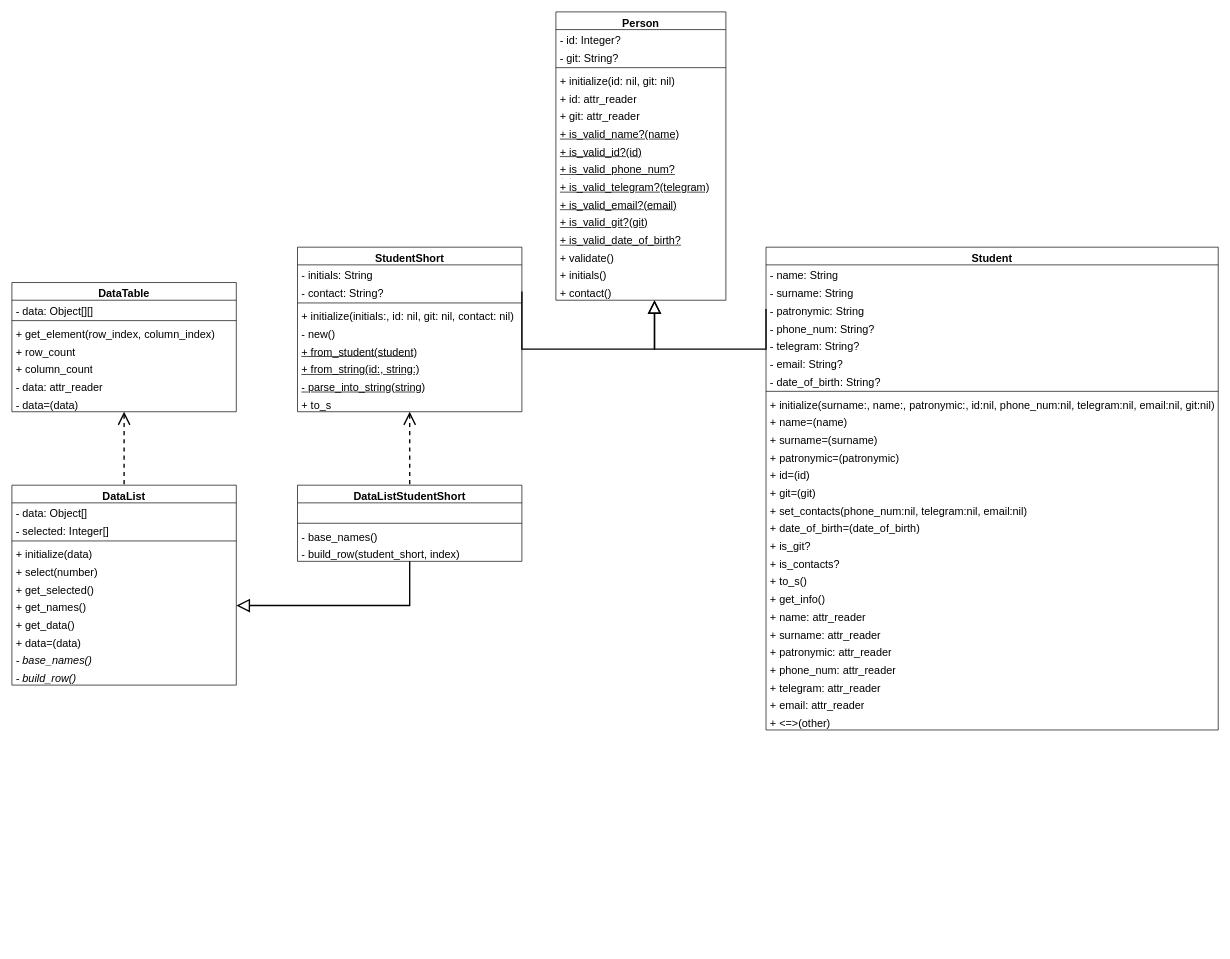
Before: Class Student/Media/Диаграмма классов.drawio in eatdetey/designPatterns, a draw.io diagram. Source tidied: cells renumbered, new cells numbered last; positions are measured from the earlier drawing's top-left corner, leaving out a move shared by most shapes. Both pictures are drawn from the tidied source at 68%, with x=0, y=0 at pixel (12, 12).
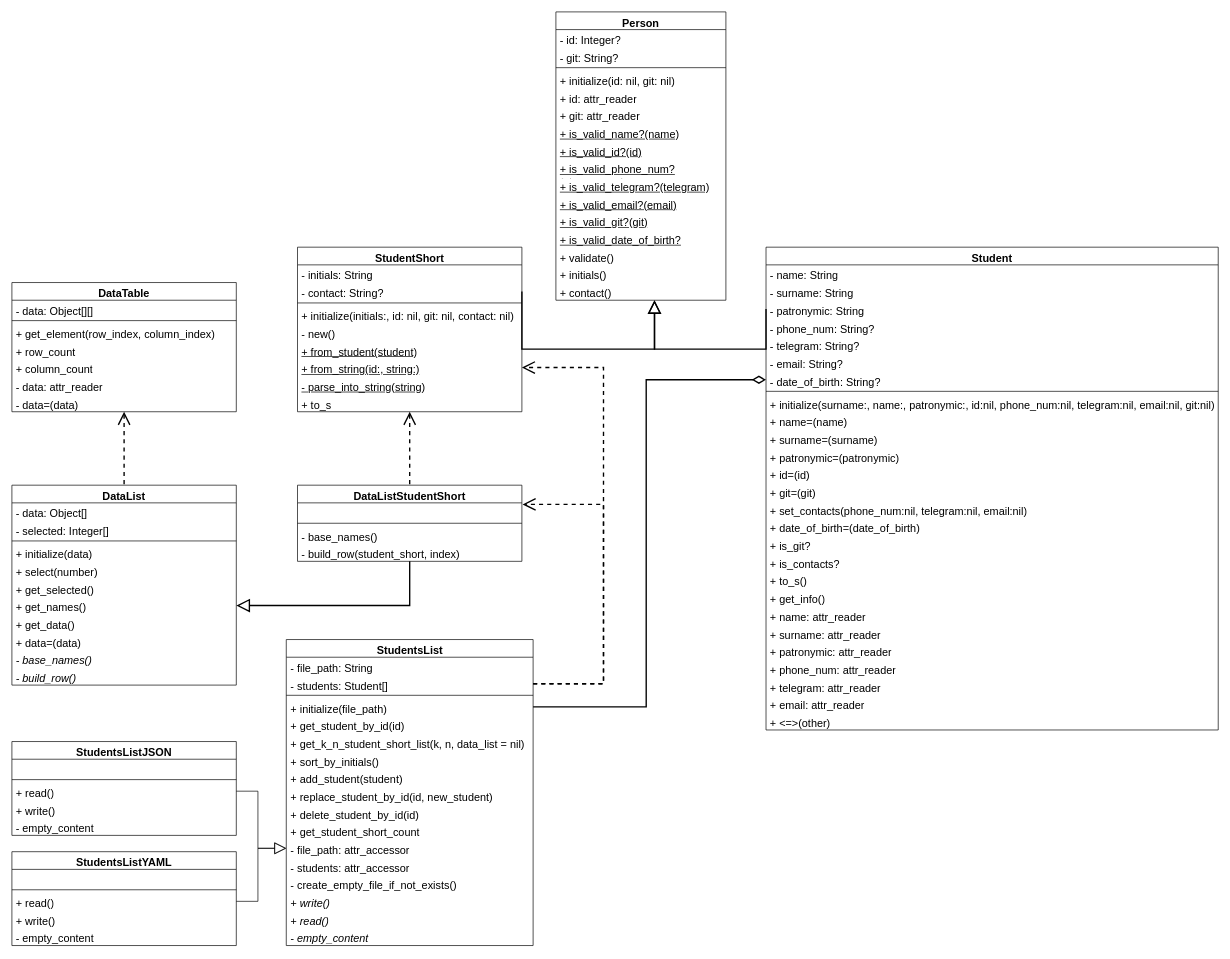
After the change.

The change refers to these unchanged cells:
```xml
<mxCell id="29" value="&lt;u&gt;+ from_string(id:, string:)&lt;/u&gt;" style="text;strokeColor=none;fillColor=none;align=left;verticalAlign=top;spacingLeft=4;spacingRight=4;overflow=hidden;points=[[0,0.5],[1,0.5]];portConstraint=eastwest;whiteSpace=wrap;html=1;fontSize=16;" parent="22" vertex="1">
  <mxGeometry y="164" width="330" height="26" as="geometry" />
</mxCell>
<mxCell id="39" value="- date_of_birth: String?" style="text;strokeColor=none;fillColor=none;align=left;verticalAlign=top;spacingLeft=4;spacingRight=4;overflow=hidden;points=[[0,0.5],[1,0.5]];portConstraint=eastwest;whiteSpace=wrap;html=1;fontSize=16;" parent="32" vertex="1">
  <mxGeometry y="182" width="665" height="26" as="geometry" />
</mxCell>
<mxCell id="62" value="&lt;div&gt;&lt;br&gt;&lt;/div&gt;&lt;div&gt;&lt;br&gt;&lt;/div&gt;" style="text;strokeColor=none;fillColor=none;align=left;verticalAlign=top;spacingLeft=4;spacingRight=4;overflow=hidden;points=[[0,0.5],[1,0.5]];portConstraint=eastwest;whiteSpace=wrap;html=1;fontSize=16;" parent="61" vertex="1">
  <mxGeometry y="26" width="330" height="26" as="geometry" />
</mxCell>
```

What changed in the source:
```diff
@@
+    <mxCell id="87" value="StudentsList" style="swimlane;fontStyle=1;align=center;verticalAlign=top;horizontal=1;startSize=26;whiteSpace=wrap;html=1;fontSize=16;" parent="1" vertex="1">
+      <mxGeometry x="403.5" y="923" width="363" height="450" as="geometry" />
+    </mxCell>
+    <mxCell id="88" value="- file_path: String" style="text;strokeColor=none;fillColor=none;align=left;verticalAlign=top;spacingLeft=4;spacingRight=4;overflow=hidden;whiteSpace=wrap;html=1;fontSize=16;" parent="87" vertex="1">
+      <mxGeometry y="26" width="363" height="26" as="geometry" />
+    </mxCell>
+    <mxCell id="89" value="- students: Student[]" style="text;strokeColor=none;fillColor=none;align=left;verticalAlign=top;spacingLeft=4;spacingRight=4;overflow=hidden;points=[[0,0.5],[1,0.5]];portConstraint=eastwest;whiteSpace=wrap;html=1;fontSize=16;" parent="87" vertex="1">
+      <mxGeometry y="52" width="363" height="26" as="geometry" />
+    </mxCell>
+    <mxCell id="90" style="line;strokeWidth=1;fillColor=none;align=left;verticalAlign=middle;spacingTop=-1;spacingLeft=3;spacingRight=3;labelPosition=right;strokeColor=inherit;" parent="87" vertex="1">
+      <mxGeometry y="78" width="363" height="8" as="geometry" />
+    </mxCell>
+    <mxCell id="91" value="+ initialize(file_path)" style="text;strokeColor=none;fillColor=none;align=left;verticalAlign=top;spacingLeft=4;spacingRight=4;overflow=hidden;points=[[0,0.5],[1,0.5]];portConstraint=eastwest;whiteSpace=wrap;html=1;fontSize=16;" parent="87" vertex="1">
+      <mxGeometry y="86" width="363" height="26" as="geometry" />
+    </mxCell>
+    <mxCell id="92" value="+ get_student_by_id(id)" style="text;strokeColor=none;fillColor=none;align=left;verticalAlign=top;spacingLeft=4;spacingRight=4;overflow=hidden;whiteSpace=wrap;html=1;fontSize=16;" parent="87" vertex="1">
+      <mxGeometry y="112" width="363" height="26" as="geometry" />
+    </mxCell>
+    <mxCell id="93" value="+ get_k_n_student_short_list(k, n, data_list = nil)" style="text;strokeColor=none;fillColor=none;align=left;verticalAlign=top;spacingLeft=4;spacingRight=4;overflow=hidden;whiteSpace=wrap;html=1;fontSize=16;" parent="87" vertex="1">
+      <mxGeometry y="138" width="363" height="26" as="geometry" />
+    </mxCell>
+    <mxCell id="94" value="+ sort_by_initials()" style="text;strokeColor=none;fillColor=none;align=left;verticalAlign=top;spacingLeft=4;spacingRight=4;overflow=hidden;whiteSpace=wrap;html=1;fontSize=16;" parent="87" vertex="1">
+      <mxGeometry y="164" width="363" height="26" as="geometry" />
+    </mxCell>
+    <mxCell id="95" value="+ add_student(student)" style="text;strokeColor=none;fillColor=none;align=left;verticalAlign=top;spacingLeft=4;spacingRight=4;overflow=hidden;whiteSpace=wrap;html=1;fontSize=16;" parent="87" vertex="1">
+      <mxGeometry y="190" width="363" height="26" as="geometry" />
+    </mxCell>
+    <mxCell id="96" value="+ replace_student_by_id(id, new_student)" style="text;strokeColor=none;fillColor=none;align=left;verticalAlign=top;spacingLeft=4;spacingRight=4;overflow=hidden;whiteSpace=wrap;html=1;fontSize=16;" parent="87" vertex="1">
+      <mxGeometry y="216" width="363" height="26" as="geometry" />
+    </mxCell>
+    <mxCell id="97" value="+ delete_student_by_id(id)" style="text;strokeColor=none;fillColor=none;align=left;verticalAlign=top;spacingLeft=4;spacingRight=4;overflow=hidden;whiteSpace=wrap;html=1;fontSize=16;" parent="87" vertex="1">
+      <mxGeometry y="242" width="363" height="26" as="geometry" />
+    </mxCell>
+    <mxCell id="98" value="+ get_student_short_count" style="text;strokeColor=none;fillColor=none;align=left;verticalAlign=top;spacingLeft=4;spacingRight=4;overflow=hidden;whiteSpace=wrap;html=1;fontSize=16;" parent="87" vertex="1">
+      <mxGeometry y="268" width="363" height="26" as="geometry" />
+    </mxCell>
+    <mxCell id="99" value="- file_path: attr_accessor" style="text;strokeColor=none;fillColor=none;align=left;verticalAlign=top;spacingLeft=4;spacingRight=4;overflow=hidden;points=[[0,0.5],[1,0.5]];portConstraint=eastwest;whiteSpace=wrap;html=1;fontSize=16;" parent="87" vertex="1">
+      <mxGeometry y="294" width="363" height="26" as="geometry" />
+    </mxCell>
+    <mxCell id="100" value="- students: attr_accessor" style="text;strokeColor=none;fillColor=none;align=left;verticalAlign=top;spacingLeft=4;spacingRight=4;overflow=hidden;whiteSpace=wrap;html=1;fontSize=16;" parent="87" vertex="1">
+      <mxGeometry y="320" width="363" height="26" as="geometry" />
+    </mxCell>
+    <mxCell id="101" value="- create_empty_file_if_not_exists()" style="text;strokeColor=none;fillColor=none;align=left;verticalAlign=top;spacingLeft=4;spacingRight=4;overflow=hidden;whiteSpace=wrap;html=1;fontSize=16;" parent="87" vertex="1">
+      <mxGeometry y="346" width="363" height="26" as="geometry" />
+    </mxCell>
+    <mxCell id="102" value="&lt;i&gt;+ write()&lt;/i&gt;" style="text;strokeColor=none;fillColor=none;align=left;verticalAlign=top;spacingLeft=4;spacingRight=4;overflow=hidden;whiteSpace=wrap;html=1;fontSize=16;" parent="87" vertex="1">
+      <mxGeometry y="372" width="363" height="26" as="geometry" />
+    </mxCell>
+    <mxCell id="103" value="&lt;i&gt;+ read()&lt;/i&gt;" style="text;strokeColor=none;fillColor=none;align=left;verticalAlign=top;spacingLeft=4;spacingRight=4;overflow=hidden;whiteSpace=wrap;html=1;fontSize=16;" parent="87" vertex="1">
+      <mxGeometry y="398" width="363" height="26" as="geometry" />
+    </mxCell>
+    <mxCell id="104" value="&lt;i&gt;- empty_content&lt;/i&gt;" style="text;strokeColor=none;fillColor=none;align=left;verticalAlign=top;spacingLeft=4;spacingRight=4;overflow=hidden;whiteSpace=wrap;html=1;fontSize=16;" parent="87" vertex="1">
+      <mxGeometry y="424" width="363" height="26" as="geometry" />
+    </mxCell>
+    <mxCell id="105" value="StudentsListJSON" style="swimlane;fontStyle=1;align=center;verticalAlign=top;horizontal=1;startSize=26;whiteSpace=wrap;html=1;fontSize=16;" parent="1" vertex="1">
+      <mxGeometry y="1073" width="330" height="138" as="geometry" />
+    </mxCell>
+    <mxCell id="106" value="&lt;div&gt;&lt;br&gt;&lt;/div&gt;&lt;div&gt;&lt;br&gt;&lt;/div&gt;" style="text;strokeColor=none;fillColor=none;align=left;verticalAlign=top;spacingLeft=4;spacingRight=4;overflow=hidden;whiteSpace=wrap;html=1;fontSize=16;" parent="105" vertex="1">
+      <mxGeometry y="26" width="330" height="26" as="geometry" />
+    </mxCell>
+    <mxCell id="107" style="line;strokeWidth=1;fillColor=none;align=left;verticalAlign=middle;spacingTop=-1;spacingLeft=3;spacingRight=3;labelPosition=right;strokeColor=inherit;" parent="105" vertex="1">
+      <mxGeometry y="52" width="330" height="8" as="geometry" />
+    </mxCell>
+    <mxCell id="108" value="+ read()" style="text;strokeColor=none;fillColor=none;align=left;verticalAlign=top;spacingLeft=4;spacingRight=4;overflow=hidden;points=[[0,0.5],[1,0.5]];portConstraint=eastwest;whiteSpace=wrap;html=1;fontSize=16;" parent="105" vertex="1">
+      <mxGeometry y="60" width="330" height="26" as="geometry" />
+    </mxCell>
+    <mxCell id="109" value="+ write()" style="text;strokeColor=none;fillColor=none;align=left;verticalAlign=top;spacingLeft=4;spacingRight=4;overflow=hidden;whiteSpace=wrap;html=1;fontSize=16;" parent="105" vertex="1">
+      <mxGeometry y="86" width="330" height="26" as="geometry" />
+    </mxCell>
+    <mxCell id="110" value="- empty_content" style="text;strokeColor=none;fillColor=none;align=left;verticalAlign=top;spacingLeft=4;spacingRight=4;overflow=hidden;whiteSpace=wrap;html=1;fontSize=16;" parent="105" vertex="1">
+      <mxGeometry y="112" width="330" height="26" as="geometry" />
+    </mxCell>
+    <mxCell id="111" value="StudentsListYAML" style="swimlane;fontStyle=1;align=center;verticalAlign=top;horizontal=1;startSize=26;whiteSpace=wrap;html=1;fontSize=16;" parent="1" vertex="1">
+      <mxGeometry y="1235" width="330" height="138" as="geometry" />
+    </mxCell>
+    <mxCell id="112" value="&lt;div&gt;&lt;br&gt;&lt;/div&gt;&lt;div&gt;&lt;br&gt;&lt;/div&gt;" style="text;strokeColor=none;fillColor=none;align=left;verticalAlign=top;spacingLeft=4;spacingRight=4;overflow=hidden;whiteSpace=wrap;html=1;fontSize=16;" parent="111" vertex="1">
+      <mxGeometry y="26" width="330" height="26" as="geometry" />
+    </mxCell>
+    <mxCell id="113" style="line;strokeWidth=1;fillColor=none;align=left;verticalAlign=middle;spacingTop=-1;spacingLeft=3;spacingRight=3;labelPosition=right;strokeColor=inherit;" parent="111" vertex="1">
+      <mxGeometry y="52" width="330" height="8" as="geometry" />
+    </mxCell>
+    <mxCell id="114" value="+ read()" style="text;strokeColor=none;fillColor=none;align=left;verticalAlign=top;spacingLeft=4;spacingRight=4;overflow=hidden;points=[[0,0.5],[1,0.5]];portConstraint=eastwest;whiteSpace=wrap;html=1;fontSize=16;" parent="111" vertex="1">
+      <mxGeometry y="60" width="330" height="26" as="geometry" />
+    </mxCell>
+    <mxCell id="115" value="+ write()" style="text;strokeColor=none;fillColor=none;align=left;verticalAlign=top;spacingLeft=4;spacingRight=4;overflow=hidden;whiteSpace=wrap;html=1;fontSize=16;" parent="111" vertex="1">
+      <mxGeometry y="86" width="330" height="26" as="geometry" />
+    </mxCell>
+    <mxCell id="116" value="- empty_content" style="text;strokeColor=none;fillColor=none;align=left;verticalAlign=top;spacingLeft=4;spacingRight=4;overflow=hidden;whiteSpace=wrap;html=1;fontSize=16;" parent="111" vertex="1">
+      <mxGeometry y="112" width="330" height="26" as="geometry" />
+    </mxCell>
+    <mxCell id="117" style="edgeStyle=orthogonalEdgeStyle;rounded=0;jettySize=auto;html=1;exitX=1;exitY=0.5;exitDx=0;exitDy=0;entryX=0;entryY=0.5;entryDx=0;entryDy=0;endArrow=diamondThin;endFill=0;endSize=15;strokeWidth=2;" parent="1" edge="1" source="91" target="39">
+      <mxGeometry relative="1" as="geometry" />
+    </mxCell>
+    <mxCell id="118" style="edgeStyle=orthogonalEdgeStyle;rounded=0;jettySize=auto;html=1;exitX=1;exitY=0.5;exitDx=0;exitDy=0;entryX=1;entryY=0.5;entryDx=0;entryDy=0;dashed=1;strokeWidth=2;endArrow=open;endFill=0;endSize=15;" parent="1" edge="1" source="89" target="29">
+      <mxGeometry relative="1" as="geometry">
+        <Array as="points">
+          <mxPoint x="870" y="988" />
+          <mxPoint x="870" y="523" />
+        </Array>
+      </mxGeometry>
+    </mxCell>
+    <mxCell id="119" style="edgeStyle=orthogonalEdgeStyle;rounded=0;jettySize=auto;html=1;exitX=1;exitY=0.5;exitDx=0;exitDy=0;entryX=1.003;entryY=0.088;entryDx=0;entryDy=0;entryPerimeter=0;dashed=1;strokeWidth=2;endArrow=open;endFill=0;endSize=15;" parent="1" edge="1" source="89" target="62">
+      <mxGeometry relative="1" as="geometry">
+        <Array as="points">
+          <mxPoint x="870" y="988" />
+          <mxPoint x="870" y="724" />
+        </Array>
+      </mxGeometry>
+    </mxCell>
+    <mxCell id="120" style="edgeStyle=orthogonalEdgeStyle;rounded=0;jettySize=auto;html=1;entryX=0;entryY=0.5;entryDx=0;entryDy=0;endArrow=block;endFill=0;endSize=15;" parent="1" edge="1" source="108" target="99">
+      <mxGeometry relative="1" as="geometry" />
+    </mxCell>
+    <mxCell id="121" style="edgeStyle=orthogonalEdgeStyle;rounded=0;jettySize=auto;html=1;exitX=1;exitY=0.5;exitDx=0;exitDy=0;entryX=0;entryY=0.5;entryDx=0;entryDy=0;endArrow=block;endFill=0;endSize=15;" parent="1" edge="1" source="114" target="99">
+      <mxGeometry relative="1" as="geometry" />
+    </mxCell>
```
